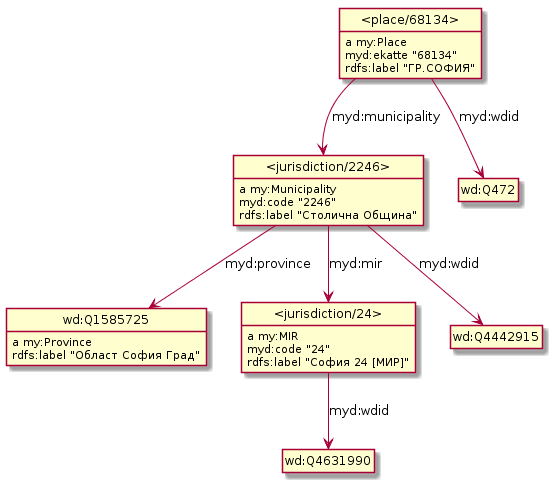
nikolatulechki/semanticElections keeps this PlantUML diagram as model/places.png. Above is the earlier version.
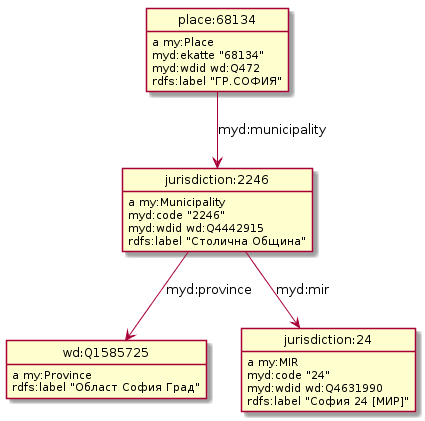
Later version of the same file.

Change to the diagram source:
```diff
@@ -3,28 +3,25 @@
 hide empty attributes
 hide circle
 skinparam classAttributeIconSize 0
-class _jurisdiction_2246_ as "<jurisdiction/2246>"
-_jurisdiction_2246_ : a my:Municipality
 class wd_Q1585725 as "wd:Q1585725"
-_jurisdiction_2246_ -down-> wd_Q1585725 : myd:province
-class _jurisdiction_24_ as "<jurisdiction/24>"
-_jurisdiction_2246_ -down-> _jurisdiction_24_ : myd:mir
-class wd_Q4442915 as "wd:Q4442915"
-_jurisdiction_2246_ -down-> wd_Q4442915 : myd:wdid
-_jurisdiction_2246_ : myd:code "2246"
-_jurisdiction_2246_ : rdfs:label "Столична Община"
-_jurisdiction_24_ : a my:MIR
-class wd_Q4631990 as "wd:Q4631990"
-_jurisdiction_24_ -down-> wd_Q4631990 : myd:wdid
-_jurisdiction_24_ : myd:code "24"
-_jurisdiction_24_ : rdfs:label "София 24 [МИР]"
 wd_Q1585725 : a my:Province
 wd_Q1585725 : rdfs:label "Област София Град"
-class _place_68134_ as "<place/68134>"
-_place_68134_ : a my:Place
-_place_68134_ -down-> _jurisdiction_2246_ : myd:municipality
-class wd_Q472 as "wd:Q472"
-_place_68134_ -down-> wd_Q472 : myd:wdid
-_place_68134_ : myd:ekatte "68134"
-_place_68134_ : rdfs:label "ГР.СОФИЯ"
+class jurisdiction_24 as "jurisdiction:24"
+jurisdiction_24 : a my:MIR
+jurisdiction_24 : myd:code "24"
+jurisdiction_24 : myd:wdid wd:Q4631990
+jurisdiction_24 : rdfs:label "София 24 [МИР]"
+class place_68134 as "place:68134"
+place_68134 : a my:Place
+class jurisdiction_2246 as "jurisdiction:2246"
+place_68134 -down-> jurisdiction_2246 : myd:municipality
+place_68134 : myd:ekatte "68134"
+place_68134 : myd:wdid wd:Q472
+place_68134 : rdfs:label "ГР.СОФИЯ"
+jurisdiction_2246 : a my:Municipality
+jurisdiction_2246 -down-> wd_Q1585725 : myd:province
+jurisdiction_2246 -down-> jurisdiction_24 : myd:mir
+jurisdiction_2246 : myd:code "2246"
+jurisdiction_2246 : myd:wdid wd:Q4442915
+jurisdiction_2246 : rdfs:label "Столична Община"
 @enduml
```
